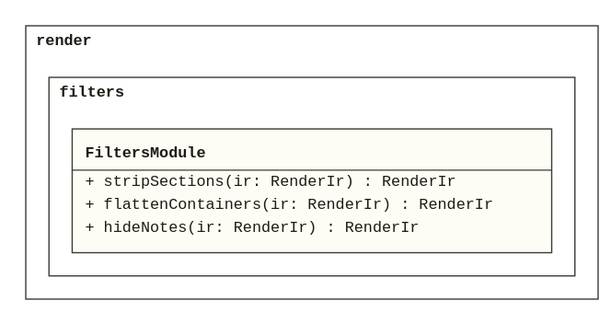
Earlier version of the PlantUML export doc/assets/CL_FiltersModule.svg (derivasoftware/plantuml-render). Its source is kept beside it as design/lld/render/CL_FiltersModule.puml. Source of this version:
```plantuml
@startuml CL_FiltersModule

!startsub FiltersModule

namespace render.filters {
  class "<<module>>" as FiltersModule {
    + stripSections(ir: RenderIr) : RenderIr
    + flattenContainers(ir: RenderIr) : RenderIr
    + hideNotes(ir: RenderIr) : RenderIr
  }
  FiltersModule ..> render.ir.IrModule
}

!endsub

@enduml
```
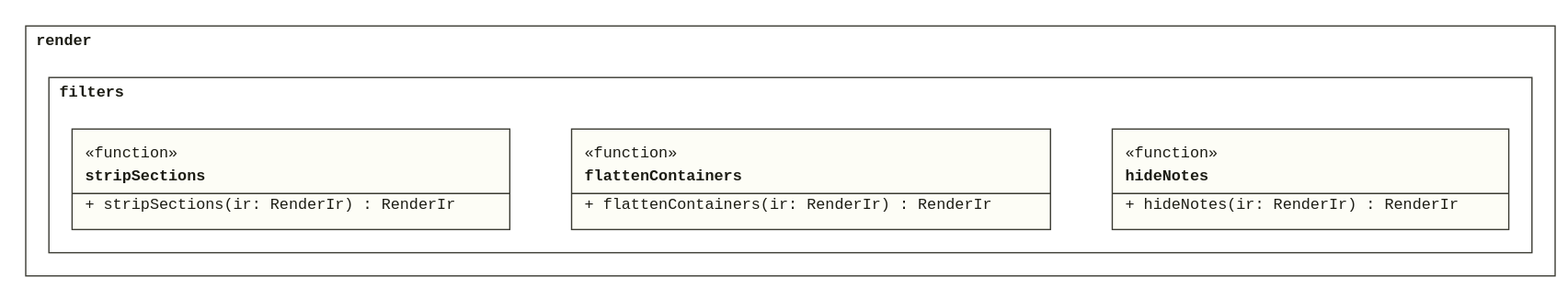
After the commit.

Change to the diagram source:
```diff
@@ -3,12 +3,15 @@
 !startsub FiltersModule
 
 namespace render.filters {
-  class "<<module>>" as FiltersModule {
+  class stripSections <<function>> {
     + stripSections(ir: RenderIr) : RenderIr
+  }
+  class flattenContainers <<function>> {
     + flattenContainers(ir: RenderIr) : RenderIr
+  }
+  class hideNotes <<function>> {
     + hideNotes(ir: RenderIr) : RenderIr
   }
-  FiltersModule ..> render.ir.IrModule
 }
 
 !endsub
```
